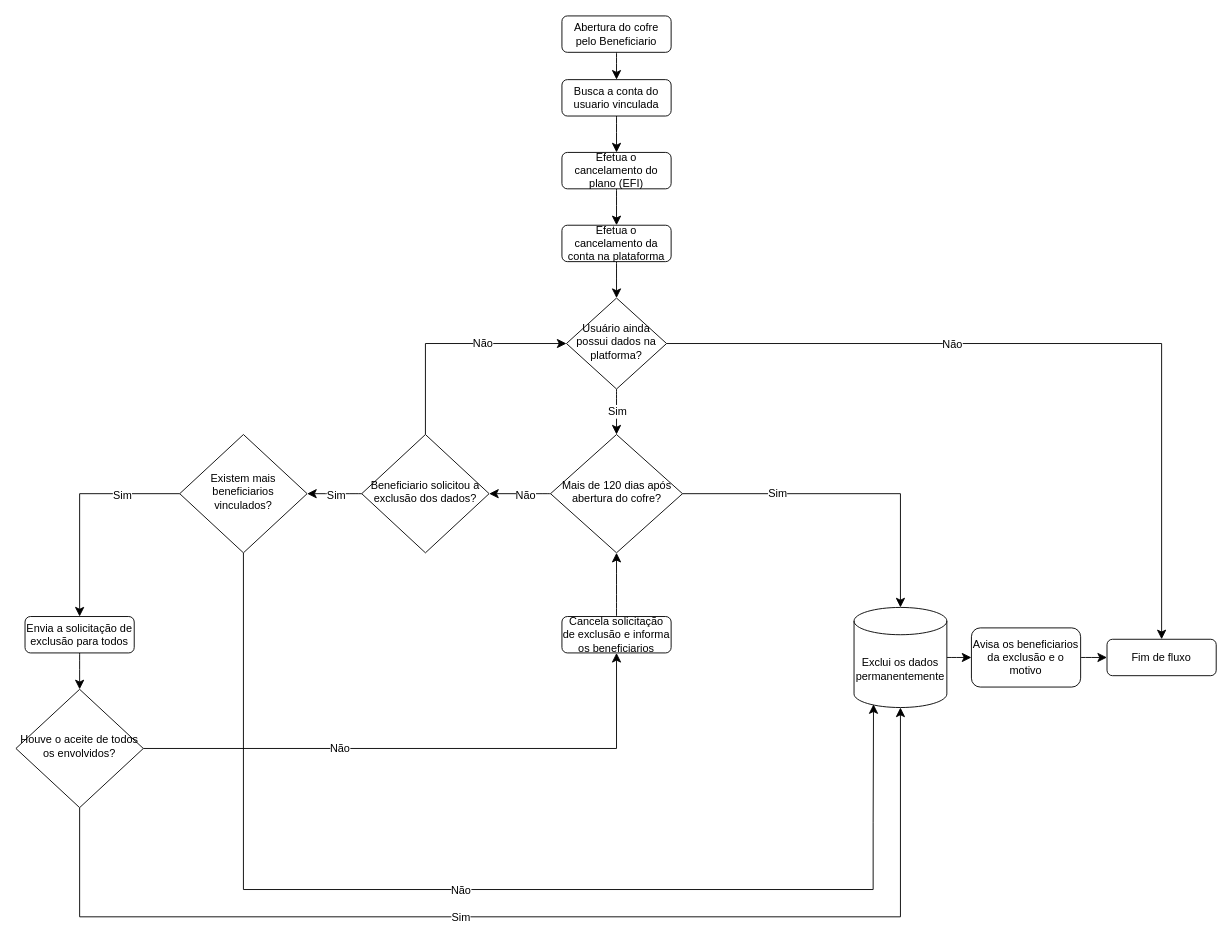
This is Untitled Diagram.drawio from Leonardocasilva/diagram, a draw.io file, before an edit. Source tidied: cells renumbered, new cells numbered last; positions are measured from the earlier drawing's top-left corner, leaving out a move shared by most shapes. Both pictures are drawn from the tidied source at 91%, with x=0, y=0 at pixel (15, 15).
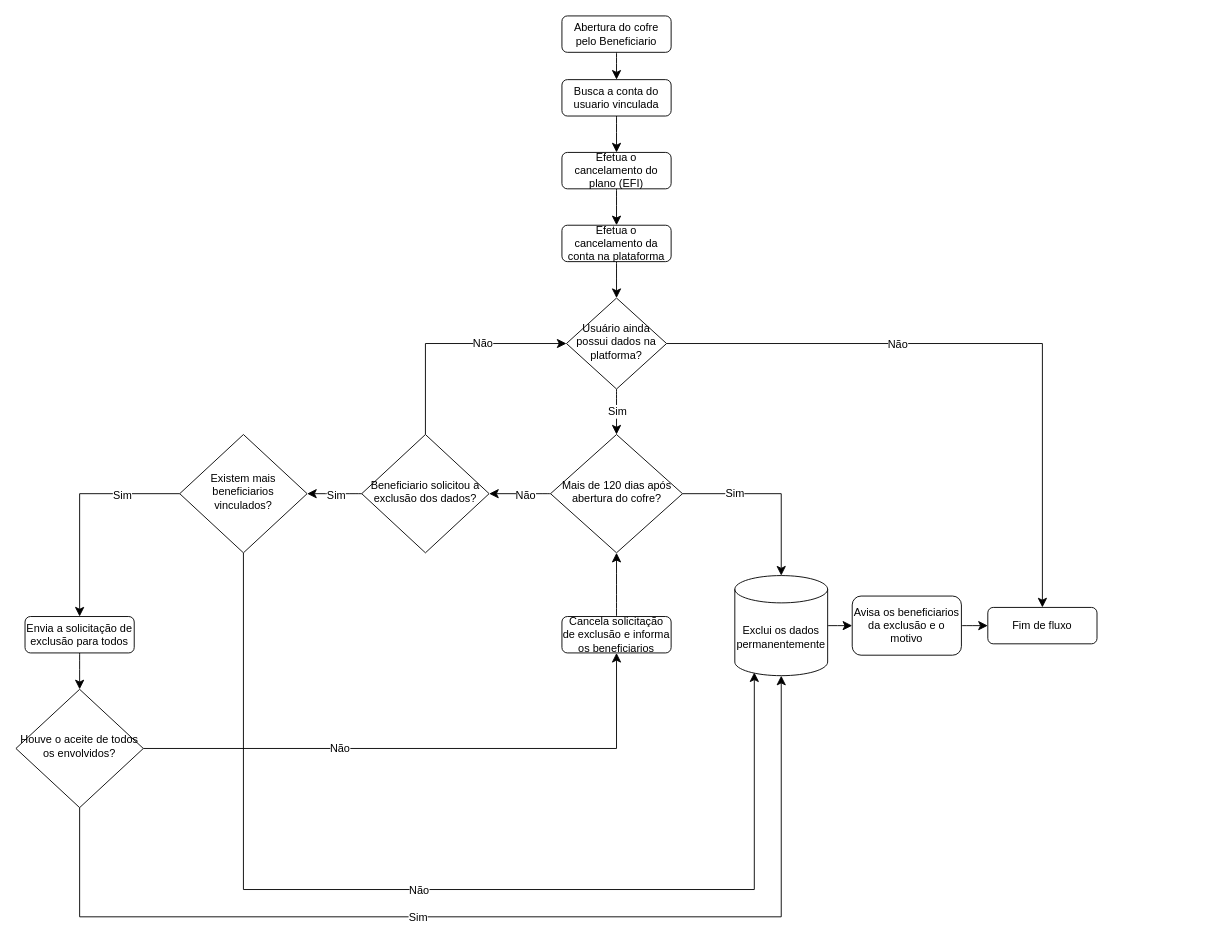
After the change.

The change refers to these unchanged cells:
```xml
<mxCell id="34" value="Existem mais beneficiarios vinculados?" style="rhombus;whiteSpace=wrap;html=1;shadow=0;fontFamily=Helvetica;fontSize=12;align=center;strokeWidth=1;spacing=6;spacingTop=-4;" parent="1" vertex="1">
  <mxGeometry x="180" y="460" width="140" height="130" as="geometry" />
</mxCell>
<mxCell id="41" value="Houve o aceite de todos os envolvidos?" style="rhombus;whiteSpace=wrap;html=1;shadow=0;fontFamily=Helvetica;fontSize=12;align=center;strokeWidth=1;spacing=6;spacingTop=-4;" parent="1" vertex="1">
  <mxGeometry y="740" width="140" height="130" as="geometry" />
</mxCell>
```

Change to the diagram source:
```diff
@@
     <mxCell id="16" value="Avisa os beneficiarios da exclusão e o motivo" style="rounded=1;whiteSpace=wrap;html=1;fontSize=12;glass=0;strokeWidth=1;shadow=0;" parent="1" vertex="1">
-      <mxGeometry x="1050" y="672.5" width="120" height="65" as="geometry" />
+      <mxGeometry x="919" y="637.5" width="120" height="65" as="geometry" />
     </mxCell>
     <mxCell id="17" value="Fim de fluxo" style="rounded=1;whiteSpace=wrap;html=1;fontSize=12;glass=0;strokeWidth=1;shadow=0;" parent="1" vertex="1">
-      <mxGeometry x="1199" y="685" width="120" height="40" as="geometry" />
+      <mxGeometry x="1068" y="650" width="120" height="40" as="geometry" />
     </mxCell>
@@
     <mxCell id="30" style="edgeStyle=orthogonalEdgeStyle;rounded=0;jettySize=auto;html=1;exitX=0.5;exitY=1;exitDx=0;exitDy=0;entryX=0.21;entryY=0.967;entryDx=0;entryDy=0;fontSize=12;startSize=8;endSize=8;entryPerimeter=0;" parent="1" edge="1" source="34" target="43">
       <mxGeometry relative="1" as="geometry">
         <Array as="points">
           <mxPoint x="250" y="960" />
-          <mxPoint x="942" y="960" />
-          <mxPoint x="942" y="886" />
+          <mxPoint x="811" y="960" />
         </Array>
       </mxGeometry>
     </mxCell>
@@
-    <mxCell id="37" style="edgeStyle=orthogonalEdgeStyle;rounded=0;jettySize=auto;html=1;exitX=0.5;exitY=1;exitDx=0;exitDy=0;fontSize=12;startSize=8;endSize=8;entryX=0.5;entryY=1;entryDx=0;entryDy=0;entryPerimeter=0;" parent="1" edge="1" source="41" target="43">
-      <mxGeometry relative="1" as="geometry">
-        <Array as="points">
-          <mxPoint x="70" y="990" />
-          <mxPoint x="972" y="990" />
-        </Array>
-      </mxGeometry>
-    </mxCell>
-    <mxCell id="38" value="Sim" style="edgeLabel;html=1;align=center;verticalAlign=middle;fontSize=12;" parent="37" vertex="1">
-      <mxGeometry x="-0.14" relative="1" as="geometry" />
-    </mxCell>
@@
     <mxCell id="43" value="Exclui os dados permanentemente" style="shape=cylinder3;whiteSpace=wrap;html=1;boundedLbl=1;backgroundOutline=1;size=15;" parent="1" vertex="1">
-      <mxGeometry x="921" y="650" width="102" height="110" as="geometry" />
+      <mxGeometry x="790" y="615" width="102" height="110" as="geometry" />
     </mxCell>
+    <mxCell id="37" style="edgeStyle=orthogonalEdgeStyle;rounded=0;jettySize=auto;html=1;exitX=0.5;exitY=1;exitDx=0;exitDy=0;entryX=0.5;entryY=1;entryDx=0;entryDy=0;entryPerimeter=0;fontSize=12;startSize=8;endSize=8;" parent="1" edge="1" source="41" target="43">
+      <mxGeometry relative="1" as="geometry">
+        <Array as="points">
+          <mxPoint x="70" y="990" />
+          <mxPoint x="841" y="990" />
+        </Array>
+      </mxGeometry>
+    </mxCell>
+    <mxCell id="38" value="Sim" style="edgeLabel;html=1;align=center;verticalAlign=middle;fontSize=12;" parent="37" vertex="1">
+      <mxGeometry x="-0.15" relative="1" as="geometry" />
+    </mxCell>
```
